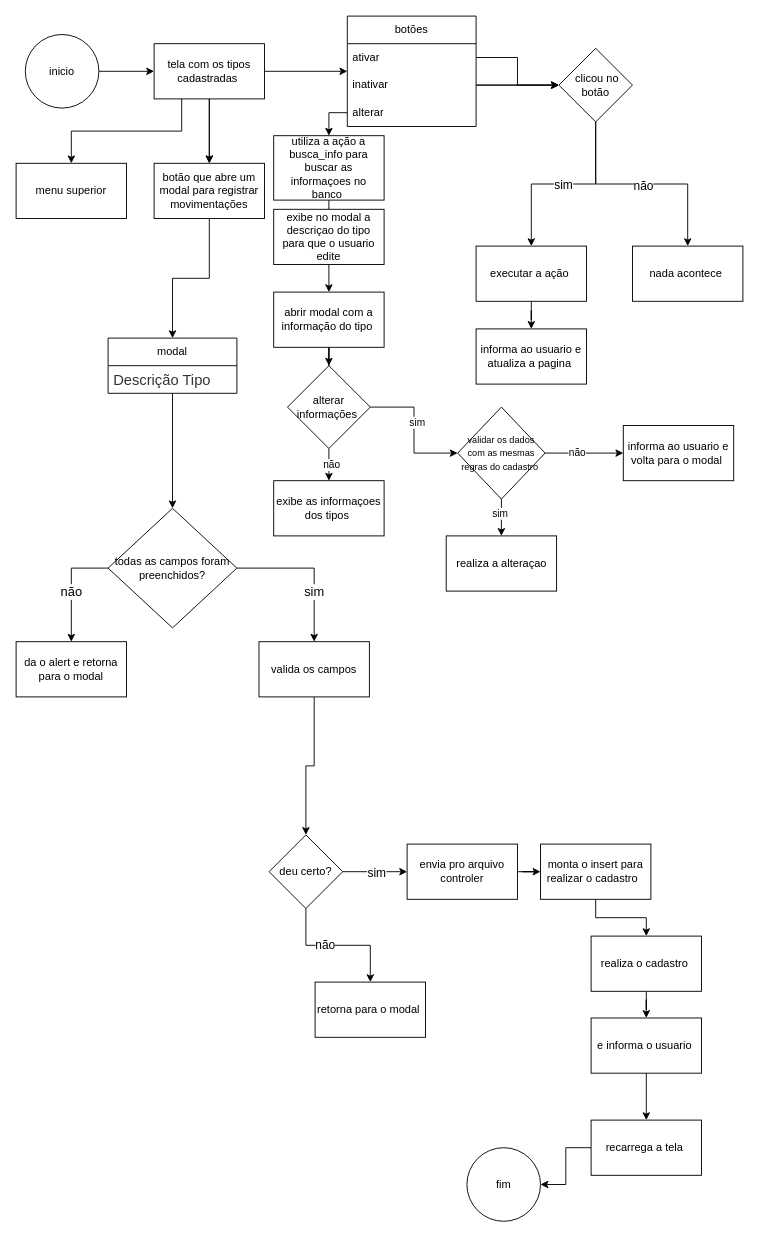
This is fluxogramas/listar_tipos.drawio from Samuel-Goulart/cadastro.ativos, a draw.io file, before an edit. Source tidied: cells renumbered, new cells numbered last; positions are measured from the earlier drawing's top-left corner, leaving out a move shared by most shapes. Both pictures are drawn from the tidied source at 92%, with x=0, y=0 at pixel (16, 16).
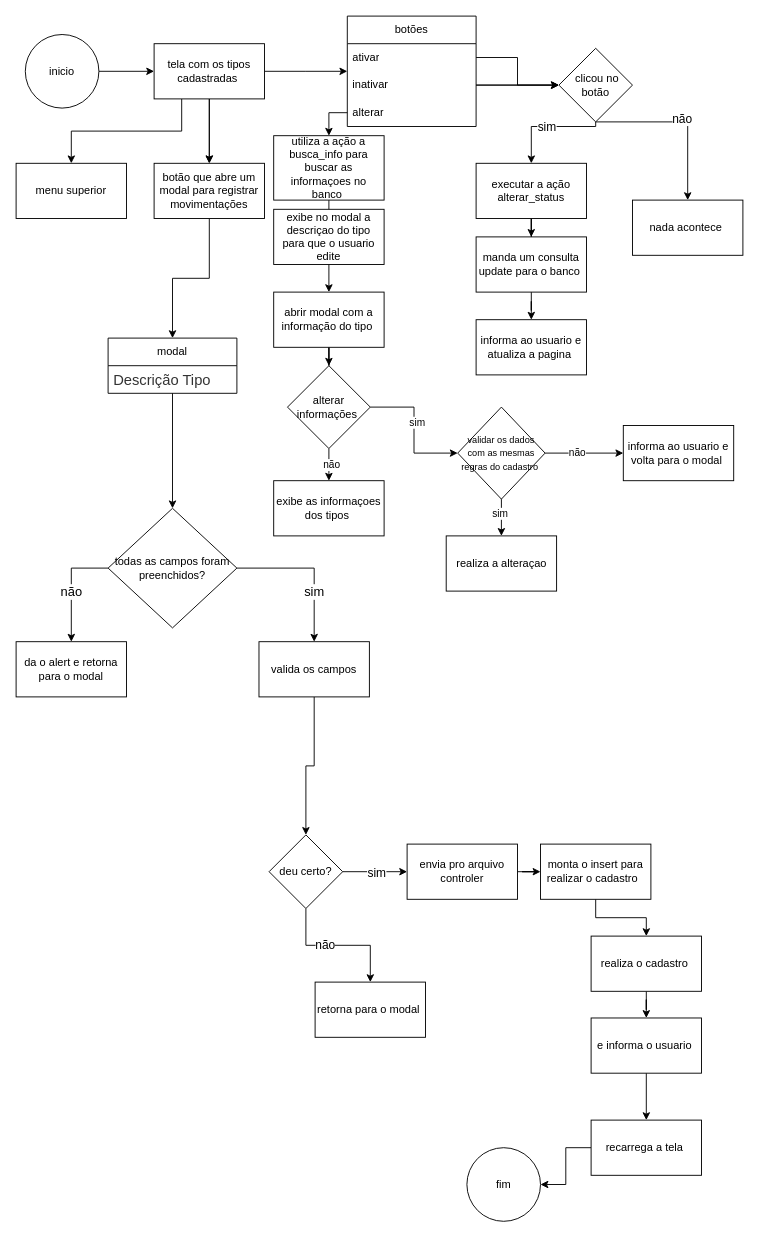
The same page after the edit.

The change refers to these unchanged cells:
```xml
<mxCell id="17" value="&amp;nbsp;clicou no botão" style="rhombus;whiteSpace=wrap;html=1;" parent="1" vertex="1">
  <mxGeometry x="590" y="35" width="80" height="80" as="geometry" />
</mxCell>
```

Diff of the diagram source:
```diff
@@
-    <mxCell id="14" value="&lt;font style=&quot;font-size: 13px;&quot;&gt;sim&lt;/font&gt;" style="edgeStyle=orthogonalEdgeStyle;rounded=0;jettySize=auto;html=1;" parent="1" edge="1" source="17" target="21">
-      <mxGeometry relative="1" as="geometry" />
+    <mxCell id="14" value="&lt;font style=&quot;font-size: 13px;&quot;&gt;sim&lt;/font&gt;" style="edgeStyle=orthogonalEdgeStyle;rounded=0;jettySize=auto;html=1;entryX=0.5;entryY=0;entryDx=0;entryDy=0;" parent="1" edge="1" source="17" target="75">
+      <mxGeometry relative="1" as="geometry">
+        <Array as="points">
+          <mxPoint x="630" y="120" />
+          <mxPoint x="560" y="120" />
+        </Array>
+      </mxGeometry>
     </mxCell>
-    <mxCell id="15" style="edgeStyle=orthogonalEdgeStyle;rounded=0;jettySize=auto;html=1;entryX=0.5;entryY=0;entryDx=0;entryDy=0;" parent="1" edge="1" source="17" target="22">
-      <mxGeometry relative="1" as="geometry" />
+    <mxCell id="15" style="edgeStyle=orthogonalEdgeStyle;rounded=0;jettySize=auto;html=1;entryX=0.5;entryY=0;entryDx=0;entryDy=0;exitX=0.5;exitY=1;exitDx=0;exitDy=0;" parent="1" edge="1" source="17" target="22">
+      <mxGeometry relative="1" as="geometry">
+        <Array as="points">
+          <mxPoint x="720" y="115" />
+          <mxPoint x="720" y="110" />
+          <mxPoint x="730" y="110" />
+        </Array>
+      </mxGeometry>
     </mxCell>
@@
-    <mxCell id="20" style="edgeStyle=orthogonalEdgeStyle;rounded=0;jettySize=auto;html=1;entryX=0.5;entryY=0;entryDx=0;entryDy=0;" parent="1" edge="1" source="21" target="38">
-      <mxGeometry relative="1" as="geometry" />
-    </mxCell>
-    <mxCell id="21" value="executar a ação&amp;nbsp;" style="whiteSpace=wrap;html=1;" parent="1" vertex="1">
-      <mxGeometry x="500" y="250" width="120" height="60" as="geometry" />
-    </mxCell>
     <mxCell id="22" value="nada acontece&amp;nbsp;" style="rounded=0;whiteSpace=wrap;html=1;" parent="1" vertex="1">
-      <mxGeometry x="670" y="250" width="120" height="60" as="geometry" />
+      <mxGeometry x="670" y="200" width="120" height="60" as="geometry" />
     </mxCell>
@@
     <mxCell id="38" value="informa ao usuario e atualiza a pagina&amp;nbsp;" style="rounded=0;whiteSpace=wrap;html=1;" parent="1" vertex="1">
-      <mxGeometry x="500" y="340" width="120" height="60" as="geometry" />
+      <mxGeometry x="500" y="330" width="120" height="60" as="geometry" />
     </mxCell>
@@
+    <mxCell id="74" style="edgeStyle=orthogonalEdgeStyle;rounded=0;jettySize=auto;html=1;entryX=0.5;entryY=0;entryDx=0;entryDy=0;" parent="1" edge="1" source="75" target="77">
+      <mxGeometry relative="1" as="geometry" />
+    </mxCell>
+    <mxCell id="75" value="executar a ação &lt;font style=&quot;color: rgb(0, 0, 0);&quot;&gt;alterar_status&lt;/font&gt;" style="whiteSpace=wrap;html=1;" parent="1" vertex="1">
+      <mxGeometry x="500" y="160" width="120" height="60" as="geometry" />
+    </mxCell>
+    <mxCell id="76" style="edgeStyle=orthogonalEdgeStyle;rounded=0;jettySize=auto;html=1;entryX=0.5;entryY=0;entryDx=0;entryDy=0;" parent="1" edge="1" source="77" target="38">
+      <mxGeometry relative="1" as="geometry" />
+    </mxCell>
+    <mxCell id="77" value="manda um consulta update para o banco&amp;nbsp;" style="whiteSpace=wrap;html=1;" parent="1" vertex="1">
+      <mxGeometry x="500" y="240" width="120" height="60" as="geometry" />
+    </mxCell>
```
